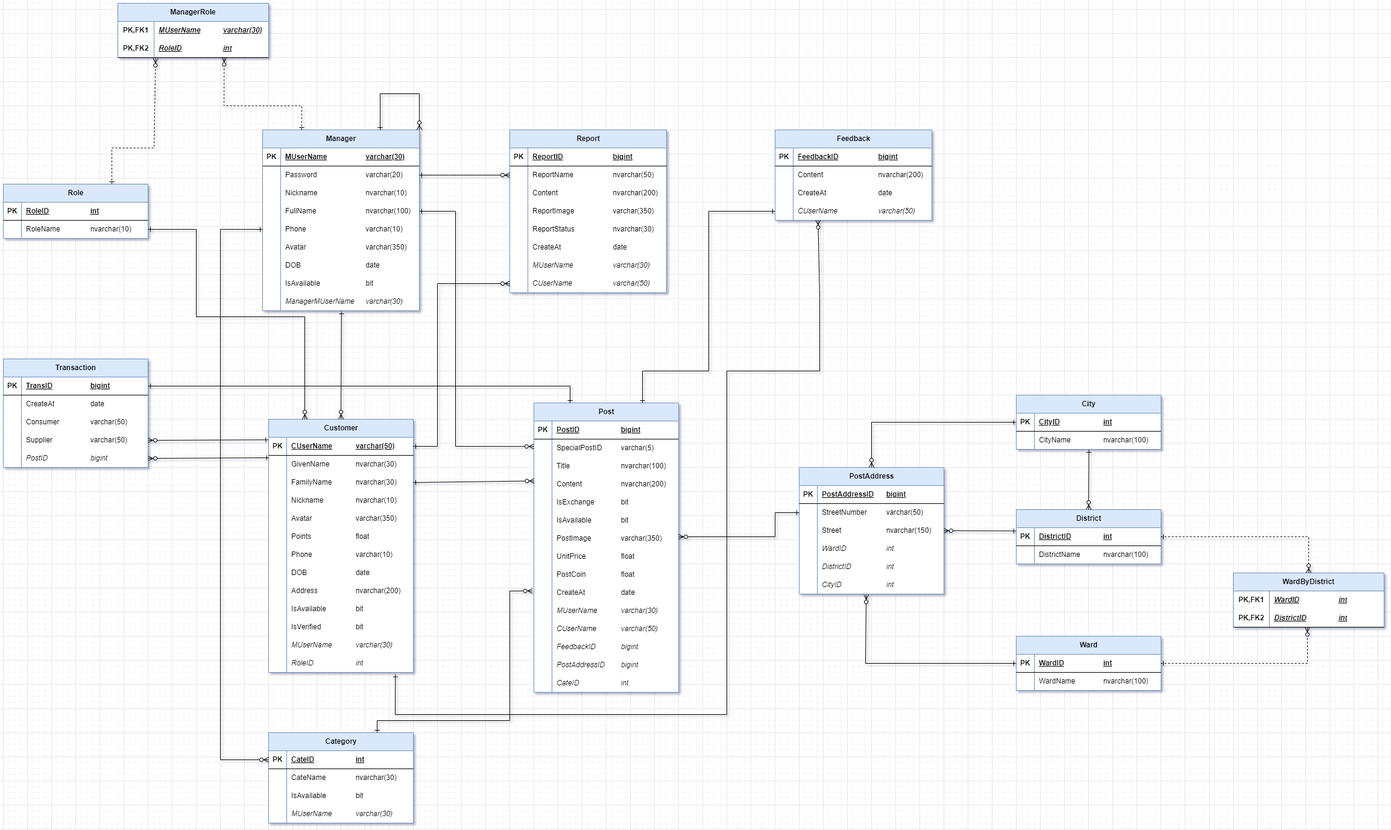
The draw.io diagram Code/Database/FUSwapSystem_RM.png in AtoLearning/N2_NET1806_SWP391, before a commit. Source tidied: cells renumbered, new cells last; positions are measured from the earlier drawing's top-left corner, leaving out a move shared by most shapes.
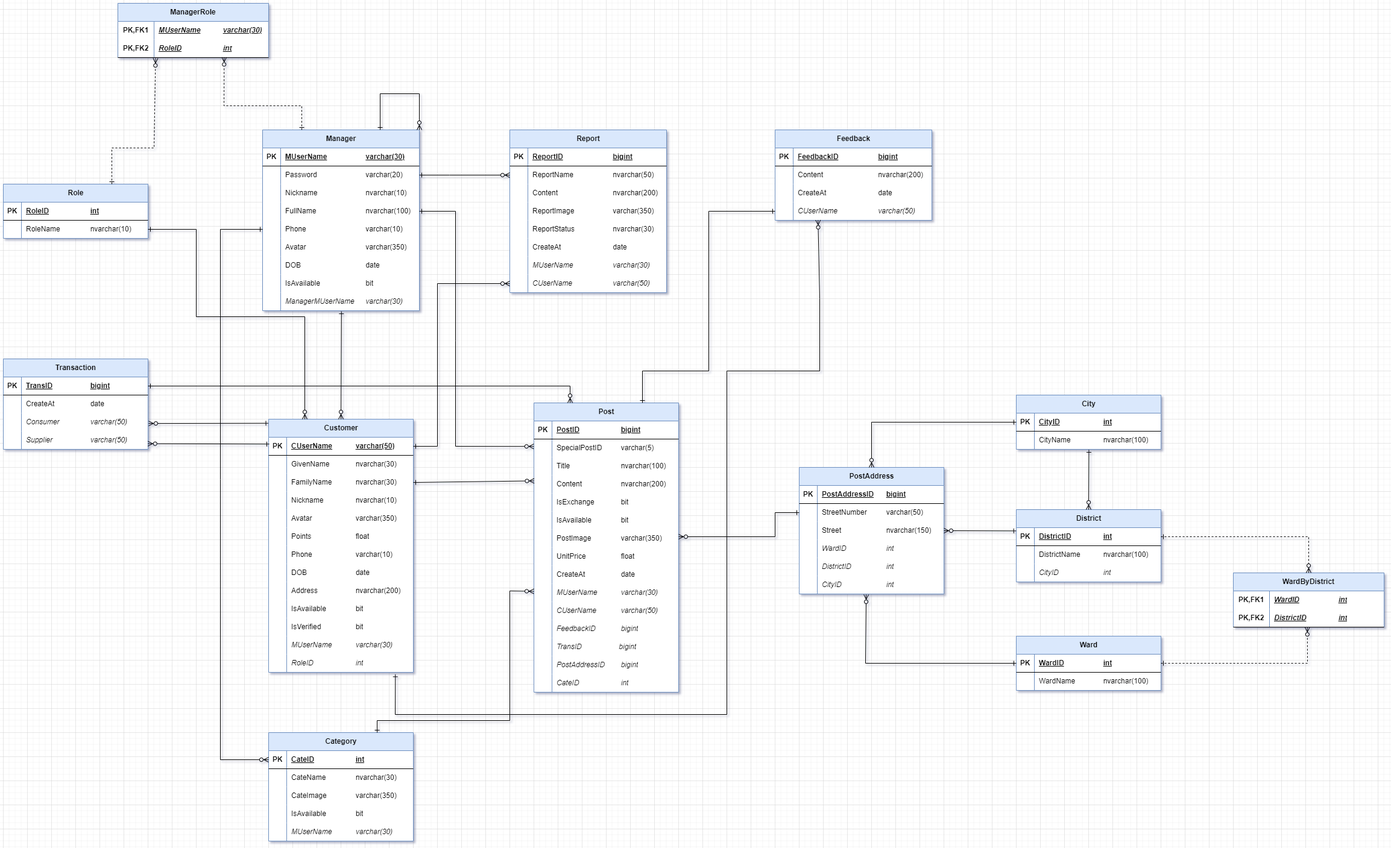
The same diagram one commit later.

Commit message:
Update db - add CateImage attribute, add more sample data

The edit, as a diff of the source:
```diff
@@ -77,17 +77,8 @@
     <mxCell id="26" value="UnitPrice&lt;span style=&quot;white-space: pre;&quot;&gt;&#9;&lt;/span&gt;&lt;span style=&quot;white-space: pre;&quot;&gt;&#9;&lt;/span&gt;&lt;span style=&quot;white-space: pre;&quot;&gt;&#9;&lt;/span&gt;float" style="shape=partialRectangle;fillColor=none;top=0;left=0;bottom=0;right=0;align=left;spacingLeft=6;overflow=hidden;whiteSpace=wrap;html=1;" parent="24" vertex="1">
       <mxGeometry x="30" width="210" height="30" as="geometry" />
     </mxCell>
-    <mxCell id="27" style="shape=tableRow;horizontal=0;startSize=0;swimlaneHead=0;swimlaneBody=0;fillColor=none;top=0;left=0;right=0;bottom=0;" parent="2" vertex="1">
-      <mxGeometry y="270" width="240" height="30" as="geometry" />
-    </mxCell>
-    <mxCell id="28" style="shape=partialRectangle;fillColor=none;top=0;left=0;bottom=0;right=0;overflow=hidden;whiteSpace=wrap;html=1;" parent="27" vertex="1">
-      <mxGeometry width="30" height="30" as="geometry" />
-    </mxCell>
-    <mxCell id="29" value="PostCoin&lt;span style=&quot;white-space: pre;&quot;&gt;&#9;&lt;/span&gt;&lt;span style=&quot;white-space: pre;&quot;&gt;&#9;&lt;/span&gt;&lt;span style=&quot;white-space: pre;&quot;&gt;&#9;&lt;/span&gt;float" style="shape=partialRectangle;fillColor=none;top=0;left=0;bottom=0;right=0;align=left;spacingLeft=6;overflow=hidden;whiteSpace=wrap;html=1;" parent="27" vertex="1">
-      <mxGeometry x="30" width="210" height="30" as="geometry" />
-    </mxCell>
     <mxCell id="30" style="shape=tableRow;horizontal=0;startSize=0;swimlaneHead=0;swimlaneBody=0;fillColor=none;points=[[0,0.5],[1,0.5]];portConstraint=eastwest;top=0;left=0;right=0;bottom=0;absoluteArcSize=0;" parent="2" vertex="1">
-      <mxGeometry y="300" width="240" height="30" as="geometry" />
+      <mxGeometry y="270" width="240" height="30" as="geometry" />
     </mxCell>
     <mxCell id="31" style="shape=partialRectangle;fillColor=none;top=0;left=0;bottom=0;right=0;overflow=hidden;whiteSpace=wrap;html=1;" parent="30" vertex="1">
       <mxGeometry width="30" height="30" as="geometry" />
@@ -96,7 +87,7 @@
       <mxGeometry x="30" width="210" height="30" as="geometry" />
     </mxCell>
     <mxCell id="33" style="shape=tableRow;horizontal=0;startSize=0;swimlaneHead=0;swimlaneBody=0;fillColor=none;points=[[0,0.5],[1,0.5]];portConstraint=eastwest;top=0;left=0;right=0;bottom=0;" parent="2" vertex="1">
-      <mxGeometry y="330" width="240" height="30" as="geometry" />
+      <mxGeometry y="300" width="240" height="30" as="geometry" />
     </mxCell>
     <mxCell id="34" style="shape=partialRectangle;fillColor=none;top=0;left=0;bottom=0;right=0;overflow=hidden;whiteSpace=wrap;html=1;" parent="33" vertex="1">
       <mxGeometry width="30" height="30" as="geometry" />
@@ -105,7 +96,7 @@
       <mxGeometry x="30" width="210" height="30" as="geometry" />
     </mxCell>
     <mxCell id="36" style="shape=tableRow;horizontal=0;startSize=0;swimlaneHead=0;swimlaneBody=0;fillColor=none;top=0;left=0;right=0;bottom=0;" parent="2" vertex="1">
-      <mxGeometry y="360" width="240" height="30" as="geometry" />
+      <mxGeometry y="330" width="240" height="30" as="geometry" />
     </mxCell>
     <mxCell id="37" style="shape=partialRectangle;fillColor=none;top=0;left=0;bottom=0;right=0;overflow=hidden;whiteSpace=wrap;html=1;" parent="36" vertex="1">
       <mxGeometry width="30" height="30" as="geometry" />
@@ -114,7 +105,7 @@
       <mxGeometry x="30" width="210" height="30" as="geometry" />
     </mxCell>
     <mxCell id="39" style="shape=tableRow;horizontal=0;startSize=0;swimlaneHead=0;swimlaneBody=0;fillColor=none;top=0;left=0;right=0;bottom=0;absoluteArcSize=0;" parent="2" vertex="1">
-      <mxGeometry y="390" width="240" height="30" as="geometry" />
+      <mxGeometry y="360" width="240" height="30" as="geometry" />
     </mxCell>
     <mxCell id="40" style="shape=partialRectangle;fillColor=none;top=0;left=0;bottom=0;right=0;overflow=hidden;whiteSpace=wrap;html=1;" parent="39" vertex="1">
       <mxGeometry width="30" height="30" as="geometry" />
@@ -122,6 +113,15 @@
     <mxCell id="41" value="&lt;i&gt;FeedbackID&lt;span style=&quot;white-space: pre;&quot;&gt;&#9;&lt;/span&gt;&lt;span style=&quot;white-space: pre;&quot;&gt;&#9;&lt;/span&gt;bigint&lt;/i&gt;" style="shape=partialRectangle;fillColor=none;top=0;left=0;bottom=0;right=0;align=left;spacingLeft=6;overflow=hidden;whiteSpace=wrap;html=1;" parent="39" vertex="1">
       <mxGeometry x="30" width="210" height="30" as="geometry" />
     </mxCell>
+    <mxCell id="267" style="shape=tableRow;horizontal=0;startSize=0;swimlaneHead=0;swimlaneBody=0;fillColor=none;top=0;left=0;right=0;bottom=0;absoluteArcSize=0;" parent="2" vertex="1">
+      <mxGeometry y="390" width="240" height="30" as="geometry" />
+    </mxCell>
+    <mxCell id="268" style="shape=partialRectangle;fillColor=none;top=0;left=0;bottom=0;right=0;overflow=hidden;whiteSpace=wrap;html=1;" parent="267" vertex="1">
+      <mxGeometry width="30" height="30" as="geometry" />
+    </mxCell>
+    <mxCell id="269" value="&lt;i&gt;TransID&lt;span style=&quot;white-space: pre;&quot;&gt;&#9;&lt;/span&gt;&lt;span style=&quot;white-space: pre;&quot;&gt;&#9;&lt;/span&gt;&amp;nbsp; &amp;nbsp; &amp;nbsp; &amp;nbsp;bigint&lt;/i&gt;" style="shape=partialRectangle;fillColor=none;top=0;left=0;bottom=0;right=0;align=left;spacingLeft=6;overflow=hidden;whiteSpace=wrap;html=1;" parent="267" vertex="1">
+      <mxGeometry x="30" width="210" height="30" as="geometry" />
+    </mxCell>
     <mxCell id="42" style="shape=tableRow;horizontal=0;startSize=0;swimlaneHead=0;swimlaneBody=0;fillColor=none;top=0;left=0;right=0;bottom=0;absoluteArcSize=0;" parent="2" vertex="1">
       <mxGeometry y="420" width="240" height="30" as="geometry" />
     </mxCell>
@@ -261,7 +261,7 @@
       <mxGeometry x="30" width="210" height="30" as="geometry" />
     </mxCell>
     <mxCell id="88" value="Transaction" style="shape=table;startSize=30;rowLines=0;fontStyle=1;align=center;html=1;columnLines=1;fillColor=#dae8fc;strokeColor=#6c8ebf;swimlaneFillColor=default;" parent="1" vertex="1">
-      <mxGeometry y="590" width="240" height="180" as="geometry" />
+      <mxGeometry y="590" width="240" height="150" as="geometry" />
     </mxCell>
     <mxCell id="89" style="shape=tableRow;horizontal=0;startSize=0;swimlaneHead=0;swimlaneBody=0;fillColor=none;points=[[0,0.5],[1,0.5]];portConstraint=eastwest;top=0;left=0;right=0;bottom=1;" parent="88" vertex="1">
       <mxGeometry y="30" width="240" height="30" as="geometry" />
@@ -287,7 +287,7 @@
     <mxCell id="96" style="shape=partialRectangle;fillColor=none;top=0;left=0;bottom=0;right=0;overflow=hidden;whiteSpace=wrap;html=1;" parent="95" vertex="1">
       <mxGeometry width="30" height="30" as="geometry" />
     </mxCell>
-    <mxCell id="97" value="Consumer&lt;span style=&quot;white-space: pre;&quot;&gt;&#9;&lt;/span&gt;&lt;span style=&quot;white-space: pre;&quot;&gt;&#9;&lt;/span&gt;varchar(50)" style="shape=partialRectangle;fillColor=none;top=0;left=0;bottom=0;right=0;align=left;spacingLeft=6;overflow=hidden;whiteSpace=wrap;html=1;" parent="95" vertex="1">
+    <mxCell id="97" value="&lt;i&gt;Consumer&lt;span style=&quot;white-space: pre;&quot;&gt;&#9;&lt;/span&gt;&lt;span style=&quot;white-space: pre;&quot;&gt;&#9;&lt;/span&gt;varchar(50)&lt;/i&gt;" style="shape=partialRectangle;fillColor=none;top=0;left=0;bottom=0;right=0;align=left;spacingLeft=6;overflow=hidden;whiteSpace=wrap;html=1;" parent="95" vertex="1">
       <mxGeometry x="30" width="210" height="30" as="geometry" />
     </mxCell>
     <mxCell id="98" style="shape=tableRow;horizontal=0;startSize=0;swimlaneHead=0;swimlaneBody=0;fillColor=none;points=[[0,0.5],[1,0.5]];portConstraint=eastwest;top=0;left=0;right=0;bottom=0;absoluteArcSize=0;" parent="88" vertex="1">
@@ -296,20 +296,11 @@
     <mxCell id="99" style="shape=partialRectangle;fillColor=none;top=0;left=0;bottom=0;right=0;overflow=hidden;whiteSpace=wrap;html=1;" parent="98" vertex="1">
       <mxGeometry width="30" height="30" as="geometry" />
     </mxCell>
-    <mxCell id="100" value="Supplier&lt;span style=&quot;white-space: pre;&quot;&gt;&#9;&lt;/span&gt;&lt;span style=&quot;white-space: pre;&quot;&gt;&#9;&lt;/span&gt;&lt;span style=&quot;white-space: pre;&quot;&gt;&#9;&lt;/span&gt;varchar(50)" style="shape=partialRectangle;fillColor=none;top=0;left=0;bottom=0;right=0;align=left;spacingLeft=6;overflow=hidden;whiteSpace=wrap;html=1;" parent="98" vertex="1">
+    <mxCell id="100" value="&lt;i&gt;Supplier&lt;span style=&quot;white-space: pre;&quot;&gt;&#9;&lt;/span&gt;&lt;span style=&quot;white-space: pre;&quot;&gt;&#9;&lt;/span&gt;&lt;span style=&quot;white-space: pre;&quot;&gt;&#9;&lt;/span&gt;varchar(50)&lt;/i&gt;" style="shape=partialRectangle;fillColor=none;top=0;left=0;bottom=0;right=0;align=left;spacingLeft=6;overflow=hidden;whiteSpace=wrap;html=1;" parent="98" vertex="1">
       <mxGeometry x="30" width="210" height="30" as="geometry" />
     </mxCell>
-    <mxCell id="101" style="shape=tableRow;horizontal=0;startSize=0;swimlaneHead=0;swimlaneBody=0;fillColor=none;points=[[0,0.5],[1,0.5]];portConstraint=eastwest;top=0;left=0;right=0;bottom=0;" parent="88" vertex="1">
-      <mxGeometry y="150" width="240" height="30" as="geometry" />
-    </mxCell>
-    <mxCell id="102" style="shape=partialRectangle;fillColor=none;top=0;left=0;bottom=0;right=0;overflow=hidden;whiteSpace=wrap;html=1;" parent="101" vertex="1">
-      <mxGeometry width="30" height="30" as="geometry" />
-    </mxCell>
-    <mxCell id="103" value="&lt;i&gt;PostID&lt;span style=&quot;white-space: pre;&quot;&gt;&#9;&lt;/span&gt;&lt;span style=&quot;white-space: pre;&quot;&gt;&#9;&lt;/span&gt;&lt;span style=&quot;white-space: pre;&quot;&gt;&#9;&lt;/span&gt;bigint&lt;/i&gt;" style="shape=partialRectangle;fillColor=none;top=0;left=0;bottom=0;right=0;align=left;spacingLeft=6;overflow=hidden;whiteSpace=wrap;html=1;" parent="101" vertex="1">
-      <mxGeometry x="30" width="210" height="30" as="geometry" />
-    </mxCell>
     <mxCell id="104" value="Category" style="shape=table;startSize=30;rowLines=0;fontStyle=1;align=center;html=1;columnLines=1;fillColor=#dae8fc;strokeColor=#6c8ebf;swimlaneFillColor=default;" parent="1" vertex="1">
-      <mxGeometry x="440" y="1210" width="240" height="150" as="geometry" />
+      <mxGeometry x="440" y="1210" width="240" height="180" as="geometry" />
     </mxCell>
     <mxCell id="105" style="shape=tableRow;horizontal=0;startSize=0;swimlaneHead=0;swimlaneBody=0;fillColor=none;points=[[0,0.5],[1,0.5]];portConstraint=eastwest;top=0;left=0;right=0;bottom=1;" parent="104" vertex="1">
       <mxGeometry y="30" width="240" height="30" as="geometry" />
@@ -329,8 +320,17 @@
     <mxCell id="110" value="CateName&lt;span style=&quot;white-space: pre;&quot;&gt;&#9;&lt;/span&gt;&lt;span style=&quot;white-space: pre;&quot;&gt;&#9;&lt;/span&gt;nvarchar(30)" style="shape=partialRectangle;fillColor=none;top=0;left=0;bottom=0;right=0;align=left;spacingLeft=6;overflow=hidden;whiteSpace=wrap;html=1;" parent="108" vertex="1">
       <mxGeometry x="30" width="210" height="30" as="geometry" />
     </mxCell>
+    <mxCell id="270" style="shape=tableRow;horizontal=0;startSize=0;swimlaneHead=0;swimlaneBody=0;fillColor=none;top=0;left=0;right=0;bottom=0;" parent="104" vertex="1">
+      <mxGeometry y="90" width="240" height="30" as="geometry" />
+    </mxCell>
+    <mxCell id="271" style="shape=partialRectangle;fillColor=none;top=0;left=0;bottom=0;right=0;overflow=hidden;whiteSpace=wrap;html=1;" parent="270" vertex="1">
+      <mxGeometry width="30" height="30" as="geometry" />
+    </mxCell>
+    <mxCell id="272" value="CateImage&lt;span style=&quot;white-space: pre;&quot;&gt;&#9;&lt;/span&gt;&lt;span style=&quot;white-space: pre;&quot;&gt;&#9;&lt;/span&gt;varchar(350)" style="shape=partialRectangle;fillColor=none;top=0;left=0;bottom=0;right=0;align=left;spacingLeft=6;overflow=hidden;whiteSpace=wrap;html=1;" parent="270" vertex="1">
+      <mxGeometry x="30" width="210" height="30" as="geometry" />
+    </mxCell>
     <mxCell id="111" style="shape=tableRow;horizontal=0;startSize=0;swimlaneHead=0;swimlaneBody=0;fillColor=none;top=0;left=0;right=0;bottom=0;" parent="104" vertex="1">
-      <mxGeometry y="90" width="240" height="30" as="geometry" />
+      <mxGeometry y="120" width="240" height="30" as="geometry" />
     </mxCell>
     <mxCell id="112" style="shape=partialRectangle;fillColor=none;top=0;left=0;bottom=0;right=0;overflow=hidden;whiteSpace=wrap;html=1;" parent="111" vertex="1">
       <mxGeometry width="30" height="30" as="geometry" />
@@ -339,7 +339,7 @@
       <mxGeometry x="30" width="210" height="30" as="geometry" />
     </mxCell>
     <mxCell id="114" style="shape=tableRow;horizontal=0;startSize=0;swimlaneHead=0;swimlaneBody=0;fillColor=none;top=0;left=0;right=0;bottom=0;absoluteArcSize=0;" parent="104" vertex="1">
-      <mxGeometry y="120" width="240" height="30" as="geometry" />
+      <mxGeometry y="150" width="240" height="30" as="geometry" />
     </mxCell>
     <mxCell id="115" style="shape=partialRectangle;fillColor=none;top=0;left=0;bottom=0;right=0;overflow=hidden;whiteSpace=wrap;html=1;" parent="114" vertex="1">
       <mxGeometry width="30" height="30" as="geometry" />
@@ -627,7 +627,7 @@
       <mxGeometry x="30" width="210" height="30" as="geometry" />
     </mxCell>
     <mxCell id="210" value="District" style="shape=table;startSize=30;rowLines=0;fontStyle=1;align=center;html=1;columnLines=1;fillColor=#dae8fc;strokeColor=#6c8ebf;swimlaneFillColor=default;" parent="1" vertex="1">
-      <mxGeometry x="1680" y="840" width="240" height="90" as="geometry" />
+      <mxGeometry x="1680" y="840" width="240" height="120" as="geometry" />
     </mxCell>
     <mxCell id="211" style="shape=tableRow;horizontal=0;startSize=0;swimlaneHead=0;swimlaneBody=0;fillColor=none;points=[[0,0.5],[1,0.5]];portConstraint=eastwest;top=0;left=0;right=0;bottom=1;" parent="210" vertex="1">
       <mxGeometry y="30" width="240" height="30" as="geometry" />
@@ -638,13 +638,22 @@
     <mxCell id="213" value="DistrictID&lt;span style=&quot;white-space: pre;&quot;&gt;&#9;&lt;/span&gt;&lt;span style=&quot;white-space: pre;&quot;&gt;&#9;&lt;/span&gt;int" style="shape=partialRectangle;fillColor=none;top=0;left=0;bottom=0;right=0;align=left;spacingLeft=6;fontStyle=5;overflow=hidden;whiteSpace=wrap;html=1;" parent="211" vertex="1">
       <mxGeometry x="30" width="210" height="30" as="geometry" />
     </mxCell>
+    <mxCell id="273" style="shape=tableRow;horizontal=0;startSize=0;swimlaneHead=0;swimlaneBody=0;fillColor=none;top=0;left=0;right=0;bottom=0;" parent="210" vertex="1">
+      <mxGeometry y="60" width="240" height="30" as="geometry" />
+    </mxCell>
+    <mxCell id="274" style="shape=partialRectangle;fillColor=none;top=0;left=0;bottom=0;right=0;overflow=hidden;whiteSpace=wrap;html=1;" parent="273" vertex="1">
+      <mxGeometry width="30" height="30" as="geometry" />
+    </mxCell>
+    <mxCell id="275" value="DistrictName&lt;span style=&quot;white-space: pre;&quot;&gt;&#9;&lt;/span&gt;&lt;span style=&quot;white-space: pre;&quot;&gt;&#9;&lt;/span&gt;nvarchar(100)" style="shape=partialRectangle;fillColor=none;top=0;left=0;bottom=0;right=0;align=left;spacingLeft=6;overflow=hidden;whiteSpace=wrap;html=1;" parent="273" vertex="1">
+      <mxGeometry x="30" width="210" height="30" as="geometry" />
+    </mxCell>
     <mxCell id="214" style="shape=tableRow;horizontal=0;startSize=0;swimlaneHead=0;swimlaneBody=0;fillColor=none;top=0;left=0;right=0;bottom=0;" parent="210" vertex="1">
-      <mxGeometry y="60" width="240" height="30" as="geometry" />
+      <mxGeometry y="90" width="240" height="30" as="geometry" />
     </mxCell>
     <mxCell id="215" style="shape=partialRectangle;fillColor=none;top=0;left=0;bottom=0;right=0;overflow=hidden;whiteSpace=wrap;html=1;" parent="214" vertex="1">
       <mxGeometry width="30" height="30" as="geometry" />
     </mxCell>
-    <mxCell id="216" value="DistrictName&lt;span style=&quot;white-space: pre;&quot;&gt;&#9;&lt;/span&gt;&lt;span style=&quot;white-space: pre;&quot;&gt;&#9;&lt;/span&gt;nvarchar(100)" style="shape=partialRectangle;fillColor=none;top=0;left=0;bottom=0;right=0;align=left;spacingLeft=6;overflow=hidden;whiteSpace=wrap;html=1;" parent="214" vertex="1">
+    <mxCell id="216" value="&lt;i&gt;CityID&amp;nbsp;&amp;nbsp;&lt;span style=&quot;white-space: pre;&quot;&gt;&#9;&lt;/span&gt;&lt;span style=&quot;white-space: pre;&quot;&gt;&#9;&lt;/span&gt;&amp;nbsp; &amp;nbsp; &amp;nbsp; &amp;nbsp; int&lt;/i&gt;" style="shape=partialRectangle;fillColor=none;top=0;left=0;bottom=0;right=0;align=left;spacingLeft=6;overflow=hidden;whiteSpace=wrap;html=1;" parent="214" vertex="1">
       <mxGeometry x="30" width="210" height="30" as="geometry" />
     </mxCell>
     <mxCell id="217" value="Ward" style="shape=table;startSize=30;rowLines=0;fontStyle=1;align=center;html=1;columnLines=1;fillColor=#dae8fc;strokeColor=#6c8ebf;swimlaneFillColor=default;" parent="1" vertex="1">
@@ -723,13 +732,13 @@
     <mxCell id="236" style="fontSize=12;html=1;endArrow=ERzeroToMany;startArrow=ERone;rounded=0;entryX=1;entryY=0.5;entryDx=0;entryDy=0;exitX=-0.001;exitY=0.179;exitDx=0;exitDy=0;startFill=0;endFill=0;exitPerimeter=0;" parent="1" edge="1" source="211" target="191">
       <mxGeometry relative="1" as="geometry" />
     </mxCell>
-    <mxCell id="237" style="fontSize=12;html=1;endArrow=ERzeroToMany;endFill=0;rounded=0;exitX=0.003;exitY=0.131;exitDx=0;exitDy=0;startArrow=ERone;startFill=0;entryX=1;entryY=0.5;entryDx=0;entryDy=0;exitPerimeter=0;" parent="1" edge="1" source="52" target="101">
+    <mxCell id="237" style="fontSize=12;html=1;endArrow=ERzeroToMany;endFill=0;rounded=0;exitX=0.004;exitY=0.378;exitDx=0;exitDy=0;startArrow=ERone;startFill=0;entryX=0.999;entryY=0.689;entryDx=0;entryDy=0;exitPerimeter=0;entryPerimeter=0;" parent="1" edge="1" source="49" target="98">
       <mxGeometry relative="1" as="geometry" />
     </mxCell>
-    <mxCell id="238" style="fontSize=12;html=1;endArrow=ERzeroToMany;endFill=0;rounded=0;exitX=-0.003;exitY=0.139;exitDx=0;exitDy=0;startArrow=ERone;startFill=0;entryX=1;entryY=0.5;entryDx=0;entryDy=0;exitPerimeter=0;" parent="1" edge="1" source="49" target="98">
+    <mxCell id="238" style="fontSize=12;html=1;endArrow=ERzeroToMany;endFill=0;rounded=0;exitX=-0.002;exitY=0.016;exitDx=0;exitDy=0;startArrow=ERone;startFill=0;entryX=1.004;entryY=0.57;entryDx=0;entryDy=0;exitPerimeter=0;entryPerimeter=0;" parent="1" edge="1" source="48" target="95">
       <mxGeometry relative="1" as="geometry" />
     </mxCell>
-    <mxCell id="239" style="fontSize=12;html=1;endArrow=ERone;endFill=0;rounded=0;exitX=0.25;exitY=0;exitDx=0;exitDy=0;startArrow=ERone;startFill=0;entryX=1;entryY=0.5;entryDx=0;entryDy=0;" parent="1" edge="1" source="2" target="89">
+    <mxCell id="239" style="fontSize=12;html=1;endArrow=ERone;endFill=0;rounded=0;exitX=0.25;exitY=0;exitDx=0;exitDy=0;startArrow=ERzeroToMany;startFill=0;entryX=1;entryY=0.5;entryDx=0;entryDy=0;" parent="1" edge="1" source="2" target="89">
       <mxGeometry relative="1" as="geometry">
         <Array as="points">
           <mxPoint x="940" y="635" />
@@ -873,7 +882,7 @@
         </Array>
       </mxGeometry>
     </mxCell>
-    <mxCell id="265" style="fontSize=12;html=1;endArrow=ERzeroToMany;startArrow=ERone;rounded=0;entryX=-0.01;entryY=0.395;entryDx=0;entryDy=0;exitX=0.75;exitY=0;exitDx=0;exitDy=0;startFill=0;endFill=0;entryPerimeter=0;" parent="1" edge="1" source="104" target="30">
+    <mxCell id="265" style="fontSize=12;html=1;endArrow=ERzeroToMany;startArrow=ERone;rounded=0;entryX=0;entryY=0.421;entryDx=0;entryDy=0;exitX=0.75;exitY=0;exitDx=0;exitDy=0;startFill=0;endFill=0;entryPerimeter=0;" parent="1" edge="1" source="104" target="33">
       <mxGeometry relative="1" as="geometry">
         <Array as="points">
           <mxPoint x="620" y="1190" />
```
